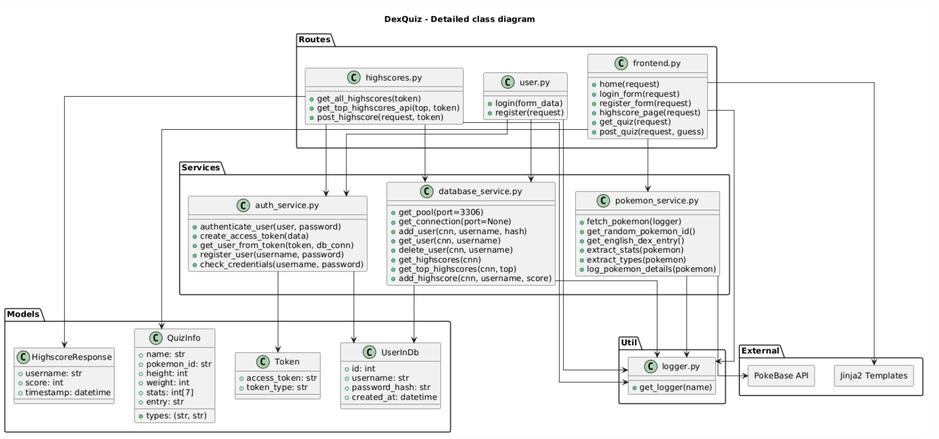
Above: docs/source/arc42/images/detailed_class_diagram.png in Digestey/lw-sqs-ss25 (PlantUML), before the change. Its source is kept beside it as docs/source/arc42/images/detailed_class_diagram.puml. The source it was exported from:
```plantuml
@startuml
allowmixing
skinparam componentStyle rectangle
skinparam linetype ortho
title DexQuiz - Detailed class diagram

package "Models" {
    class UserInDb {
        +id: int
        +username: str
        +password_hash: str
        +created_at: datetime
    }

    class QuizInfo {
        +name: str
        +pokemon_id: str
        +height: int
        +weight: int
        +stats: int[7]
        +types: (str, str)
        +entry: str
    }

    class Token {
        +access_token: str
        +token_type: str
    }

    class HighscoreResponse {
        +username: str
        +score: int
        +timestamp: datetime
    }
}

package "Routes" {
    class "frontend.py" as Frontend {
        +home(request)
        +login_form(request)
        +register_form(request)
        +highscore_page(request)
        +get_quiz(request)
        +post_quiz(request, guess)
    }

    class "highscores.py" as HighscoreAPI {
        +get_all_highscores(token)
        +get_top_highscores_api(top, token)
        +post_highscore(request, token)
    }

    class "user.py" as UserAPI {
        +login(form_data)
        +register(request)
    }
}

package "Services" {
    class "auth_service.py" as AuthService {
        +authenticate_user(user, password)
        +create_access_token(data)
        +get_user_from_token(token, db_conn)
        +register_user(username, password)
        +check_credentials(username, password)
    }

    class "database_service.py" as DatabaseService {
        +get_pool(port=3306)
        +get_connection(port=None)
        +add_user(cnn, username, hash)
        +get_user(cnn, username)
        +delete_user(cnn, username)
        +get_highscores(cnn)
        +get_top_highscores(cnn, top)
        +add_highscore(cnn, username, score)
    }

    class "pokemon_service.py" as PokemonService {
        +fetch_pokemon(logger)
        +get_random_pokemon_id()
        +get_english_dex_entry()
        +extract_stats(pokemon)
        +extract_types(pokemon)
        +log_pokemon_details(pokemon)
    }
}

package "Util" {
    class "logger.py" as Logger {
        +get_logger(name)
    }
}

package "External" {
    component "Jinja2 Templates"
    component "PokeBase API"
}

Frontend --> PokemonService
Frontend --> Logger
Frontend --> "Jinja2 Templates"
Frontend --> QuizInfo

UserAPI --> AuthService
UserAPI --> DatabaseService
UserAPI --> Logger

HighscoreAPI --> AuthService
HighscoreAPI --> DatabaseService
HighscoreAPI --> Logger
HighscoreAPI --> HighscoreResponse

AuthService --> UserInDb
AuthService --> Token

DatabaseService --> UserInDb
DatabaseService --> Logger

PokemonService --> Logger
PokemonService --> "PokeBase API"

@enduml
```
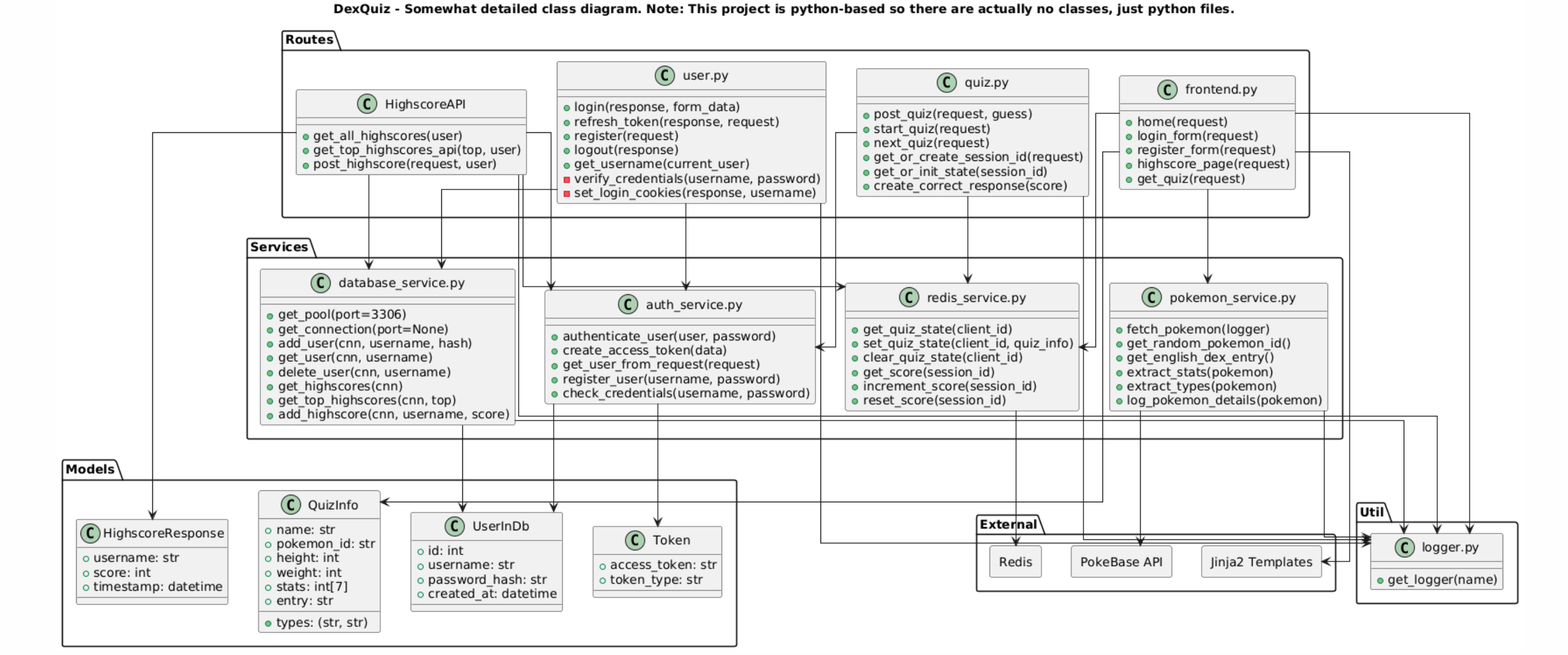
Later version of the same file.

What changed in the source:
```diff
@@ -2,7 +2,7 @@
 allowmixing
 skinparam componentStyle rectangle
 skinparam linetype ortho
-title DexQuiz - Detailed class diagram
+title DexQuiz - Somewhat detailed class diagram. Note: This project is python-based so there are actually no classes, just python files.
 
 package "Models" {
     class UserInDb {
@@ -41,26 +41,39 @@
         +register_form(request)
         +highscore_page(request)
         +get_quiz(request)
-        +post_quiz(request, guess)
     }
 
-    class "highscores.py" as HighscoreAPI {
-        +get_all_highscores(token)
-        +get_top_highscores_api(top, token)
-        +post_highscore(request, token)
+
+class HighscoreAPI {
+    +get_all_highscores(user)
+    +get_top_highscores_api(top, user)
+    +post_highscore(request, user)
+}
+    class "quiz.py" as Quiz {
+        +post_quiz(request, guess)
+        +start_quiz(request)
+        +next_quiz(request)
+        +get_or_create_session_id(request)
+        +get_or_init_state(session_id)
+        +create_correct_response(score)
     }
 
     class "user.py" as UserAPI {
-        +login(form_data)
-        +register(request)
-    }
+    +login(response, form_data)
+    +refresh_token(response, request)
+    +register(request)
+    +logout(response)
+    +get_username(current_user)
+    -verify_credentials(username, password)
+    -set_login_cookies(response, username)
+}
 }
 
 package "Services" {
     class "auth_service.py" as AuthService {
         +authenticate_user(user, password)
         +create_access_token(data)
-        +get_user_from_token(token, db_conn)
+        +get_user_from_request(request)
         +register_user(username, password)
         +check_credentials(username, password)
     }
@@ -84,6 +97,15 @@
         +extract_types(pokemon)
         +log_pokemon_details(pokemon)
     }
+
+    class "redis_service.py" as RedisService {
+        +get_quiz_state(client_id)
+        +set_quiz_state(client_id, quiz_info)
+        +clear_quiz_state(client_id)
+        +get_score(session_id)
+        +increment_score(session_id)
+        +reset_score(session_id)
+    }
 }
 
 package "Util" {
@@ -95,9 +117,11 @@
 package "External" {
     component "Jinja2 Templates"
     component "PokeBase API"
+    component "Redis"
 }
 
 Frontend --> PokemonService
+Frontend --> RedisService
 Frontend --> Logger
 Frontend --> "Jinja2 Templates"
 Frontend --> QuizInfo
@@ -110,6 +134,11 @@
 HighscoreAPI --> DatabaseService
 HighscoreAPI --> Logger
 HighscoreAPI --> HighscoreResponse
+HighscoreAPI --> RedisService
+
+Quiz --> AuthService
+Quiz --> RedisService
+Quiz --> Logger
 
 AuthService --> UserInDb
 AuthService --> Token
@@ -120,4 +149,5 @@
 PokemonService --> Logger
 PokemonService --> "PokeBase API"
 
+RedisService --> "Redis"
 @enduml
```
